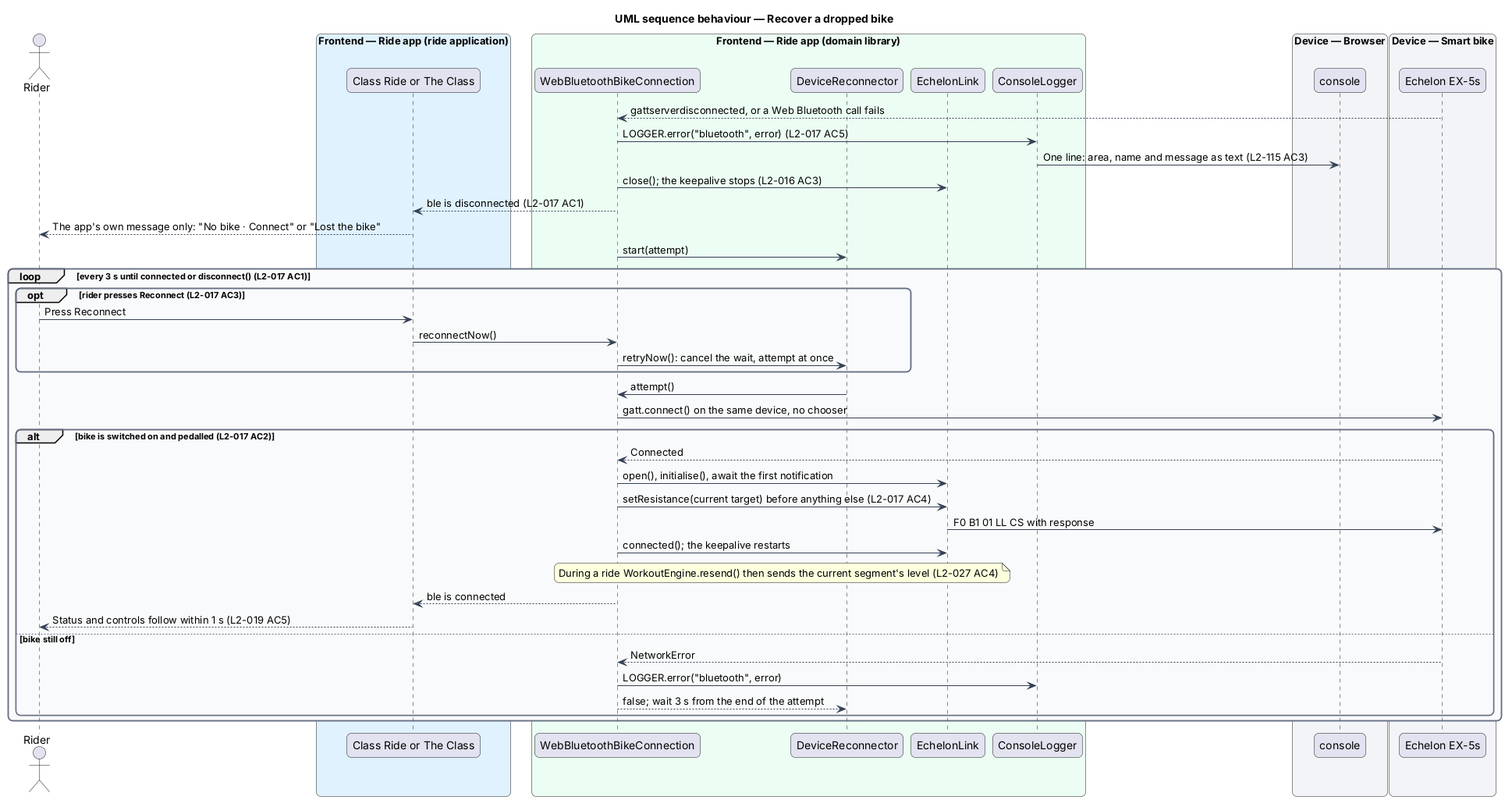
This is docs/detailed-designs/bike/keep-the-bike-connected/diagrams/sequence-recover-a-dropped-bike.png from QuinntyneBrown/ride-one, a PlantUML export, as it was before one commit.
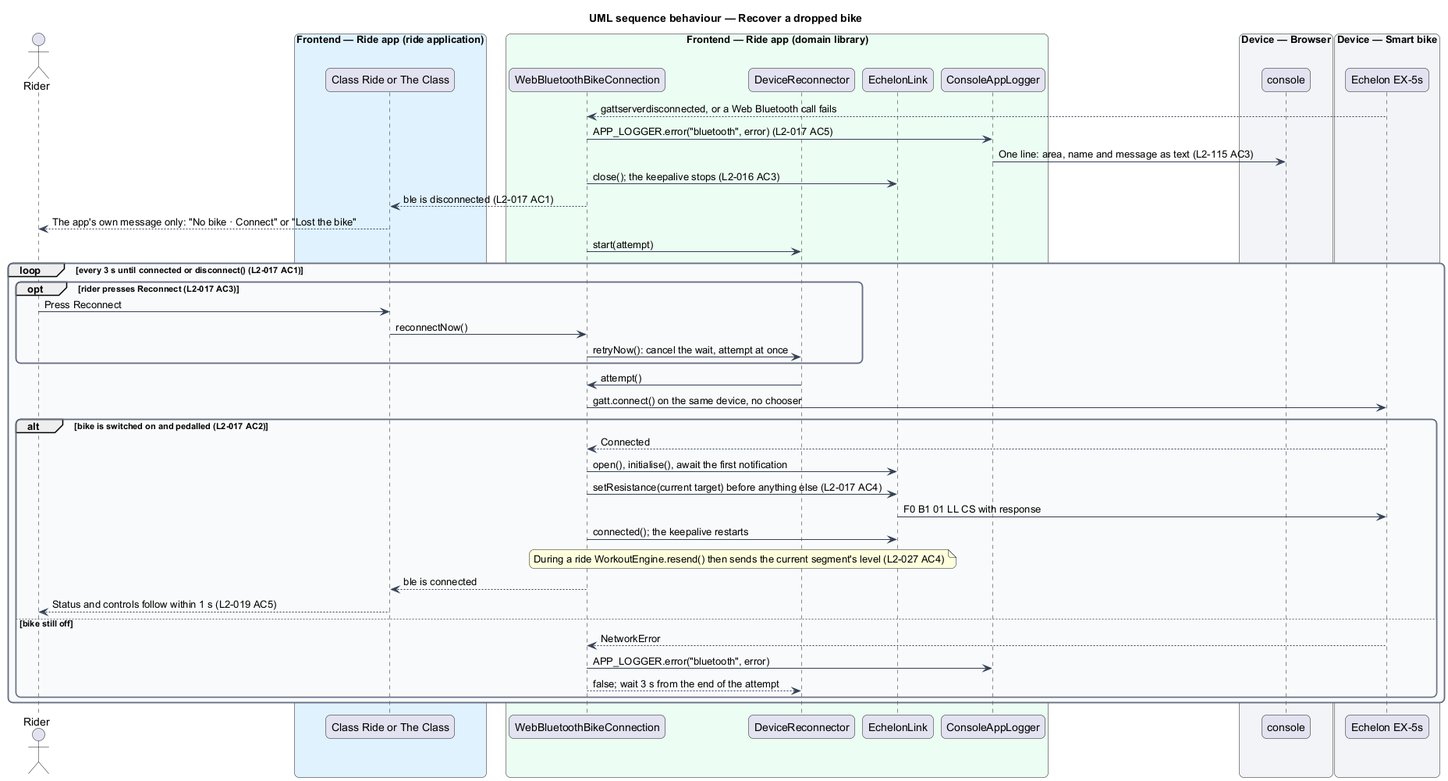
Later version of the same file.

What changed in the source:
```diff
@@ -22,7 +22,7 @@
   participant "WebBluetoothBikeConnection" as conn
   participant "DeviceReconnector" as recon
   participant "EchelonLink" as link
-  participant "ConsoleLogger" as logger
+  participant "ConsoleAppLogger" as logger
 end box
 box "Device — Browser" #F2F4F7
   participant "console" as console
@@ -31,7 +31,7 @@
   participant "Echelon EX-5s" as bike
 end box
 bike --> conn : gattserverdisconnected, or a Web Bluetooth call fails
-conn -> logger : LOGGER.error("bluetooth", error) (L2-017 AC5)
+conn -> logger : APP_LOGGER.error("bluetooth", error) (L2-017 AC5)
 logger -> console : One line: area, name and message as text (L2-115 AC3)
 conn -> link : close(); the keepalive stops (L2-016 AC3)
 conn --> screen : ble is disconnected (L2-017 AC1)
@@ -56,7 +56,7 @@
     screen --> rider : Status and controls follow within 1 s (L2-019 AC5)
   else bike still off
     bike --> conn : NetworkError
-    conn -> logger : LOGGER.error("bluetooth", error)
+    conn -> logger : APP_LOGGER.error("bluetooth", error)
     conn --> recon : false; wait 3 s from the end of the attempt
   end
 end
```
